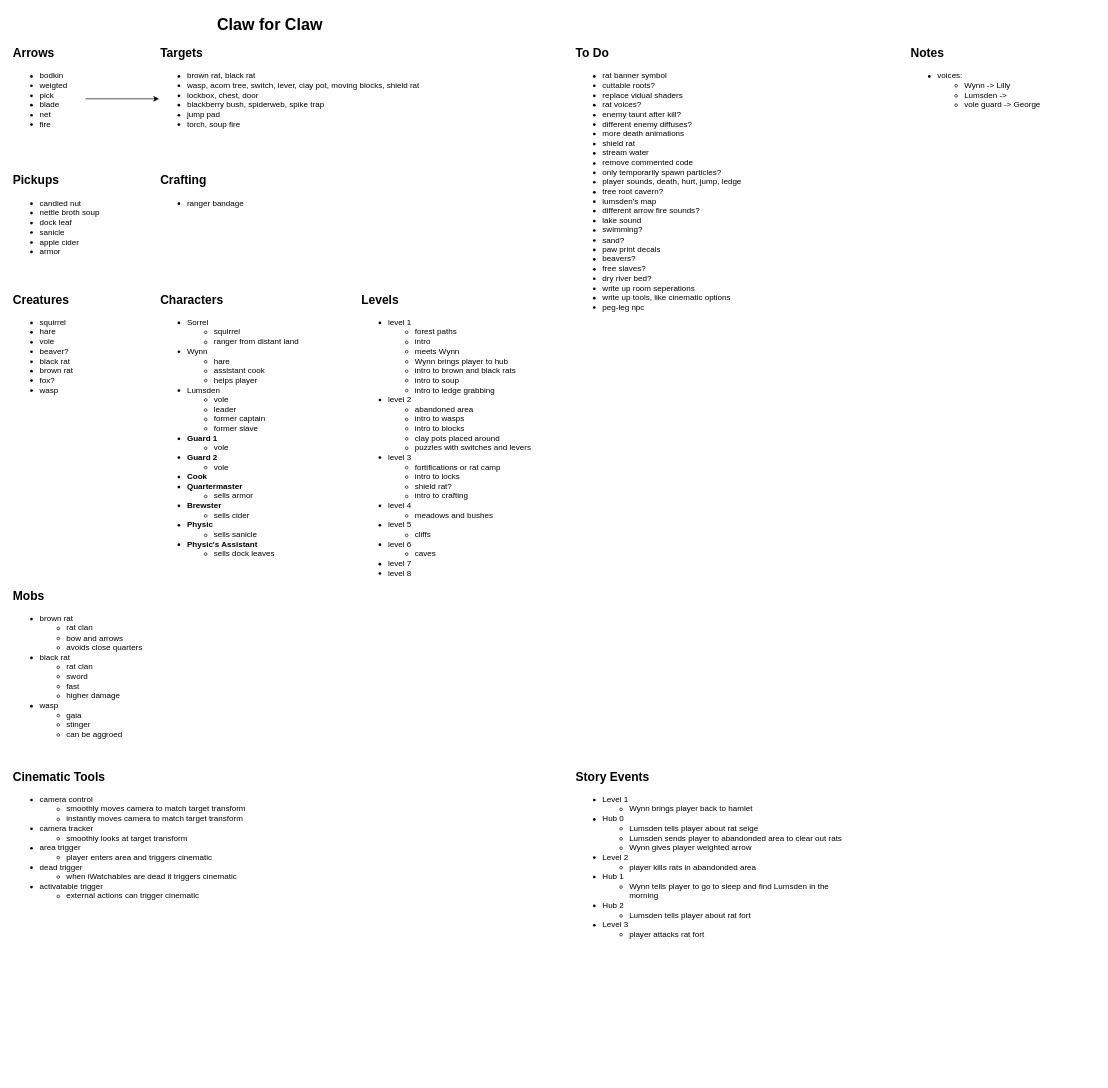
The draw.io diagram Planning/design-doc.drawio in camerondedore/Godot-Project-3, before the edit. Source tidied: cells renumbered, new cells numbered last; positions are measured from the earlier drawing's top-left corner, leaving out a move shared by most shapes. Both pictures are drawn from the tidied source at 67%, with x=0, y=0 at pixel (11, 11).
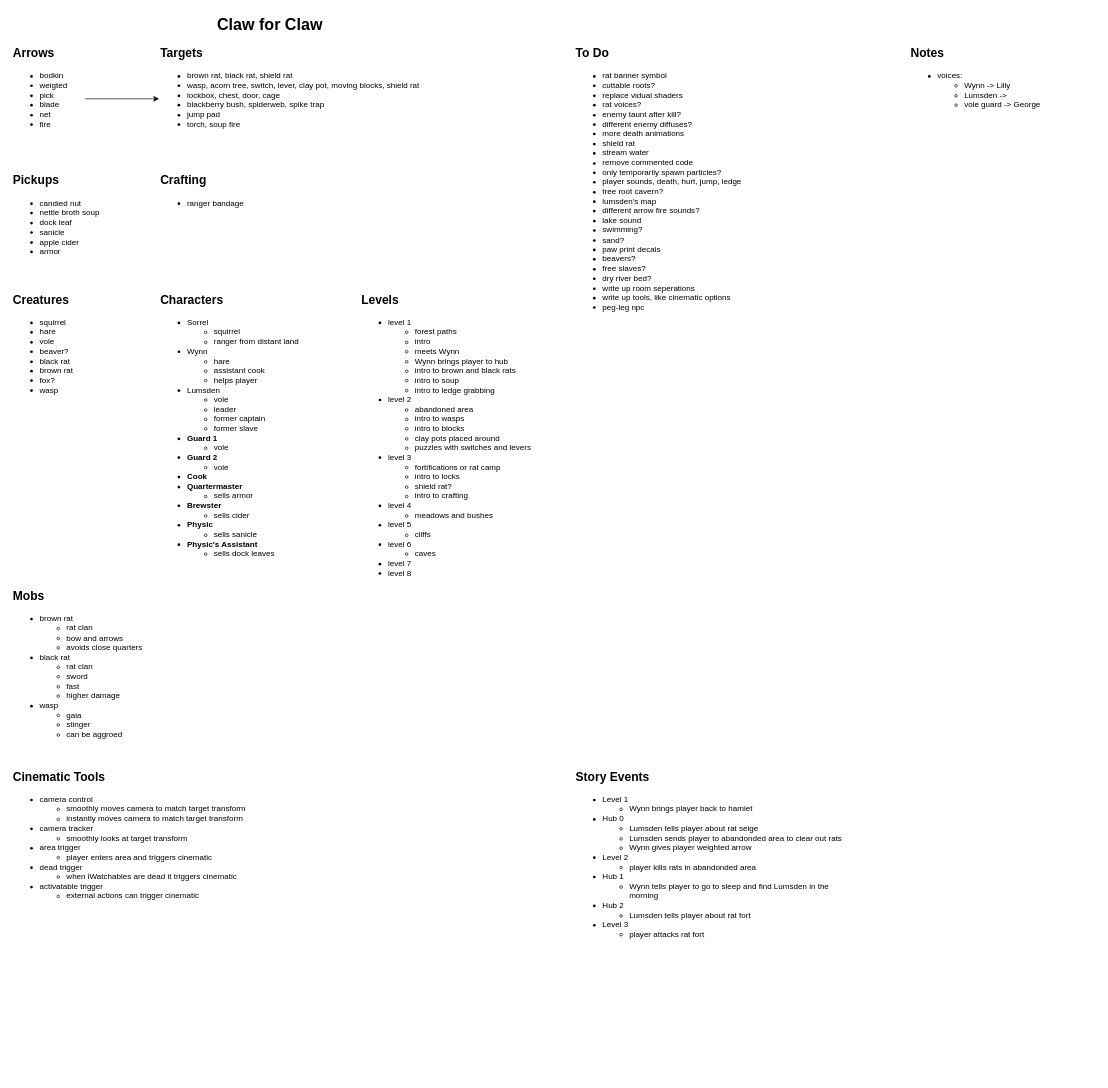
After the change.

Change to the diagram source:
```diff
@@
-    <mxCell id="7" value="&lt;ul&gt;&lt;li&gt;brown rat, black rat&lt;/li&gt;&lt;li&gt;wasp, acorn tree, switch, lever, clay pot, moving blocks, shield rat&lt;/li&gt;&lt;li&gt;lockbox, chest, door&lt;/li&gt;&lt;li&gt;blackberry bush, spiderweb, spike trap&lt;/li&gt;&lt;li&gt;jump pad&lt;/li&gt;&lt;li&gt;torch, soup fire&lt;/li&gt;&lt;/ul&gt;" style="text;html=1;align=left;verticalAlign=top;whiteSpace=wrap;rounded=0;" parent="1" vertex="1">
+    <mxCell id="7" value="&lt;ul&gt;&lt;li&gt;brown rat, black rat, shield rat&lt;/li&gt;&lt;li&gt;wasp, acorn tree, switch, lever, clay pot, moving blocks, shield rat&lt;/li&gt;&lt;li&gt;lockbox, chest, door, cage&lt;/li&gt;&lt;li&gt;blackberry bush, spiderweb, spike trap&lt;/li&gt;&lt;li&gt;jump pad&lt;/li&gt;&lt;li&gt;torch, soup fire&lt;/li&gt;&lt;/ul&gt;" style="text;html=1;align=left;verticalAlign=top;whiteSpace=wrap;rounded=0;" parent="1" vertex="1">
       <mxGeometry x="220" y="70" width="420" height="120" as="geometry" />
     </mxCell>
```
